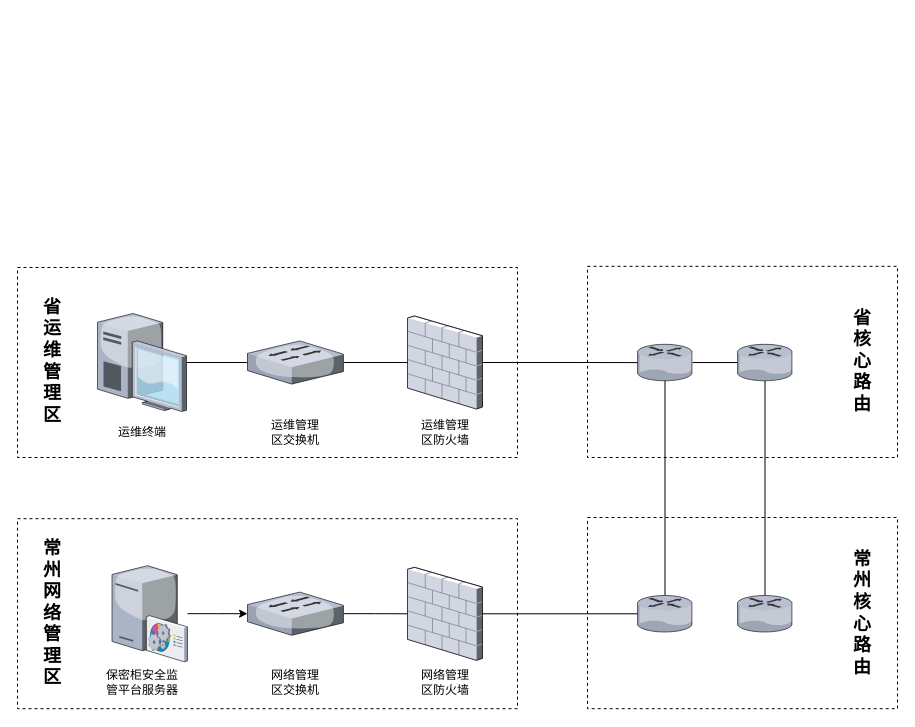
This is 南京项目网络拓扑图.drawio from captain188/draw.io, a draw.io file, before an edit. Source tidied: cells renumbered, new cells numbered last; positions are measured from the earlier drawing's top-left corner, leaving out a move shared by most shapes. Both pictures are drawn from the tidied source at 100%, with x=0, y=0 at pixel (17, 266). Pictures stored in the file or linked from it are replaced by grey dashed boxes.
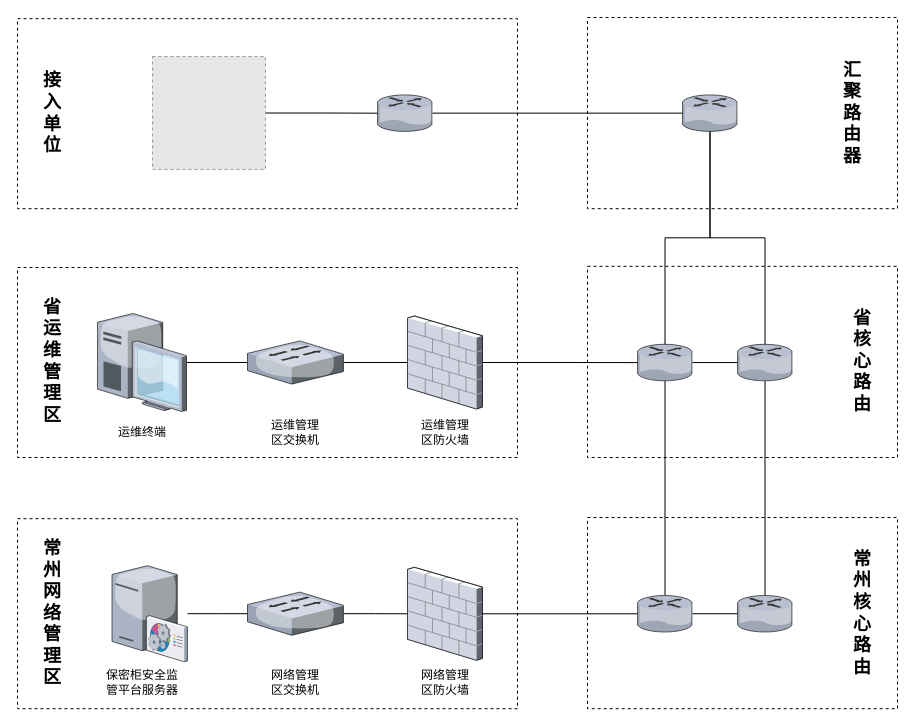
Above is the later version.

Commit message:
更新南京项目网络拓扑图.drawio

The change refers to these unchanged cells:
```xml
<mxCell id="8" style="verticalLabelPosition=bottom;sketch=0;html=1;verticalAlign=top;strokeColor=none;align=center;outlineConnect=0;shape=mxgraph.citrix.router;" parent="1" vertex="1">
  <mxGeometry x="620" y="77.8" width="55" height="36.5" as="geometry" />
</mxCell>
<mxCell id="12" style="verticalLabelPosition=bottom;sketch=0;html=1;verticalAlign=top;strokeColor=none;align=center;outlineConnect=0;shape=mxgraph.citrix.router;" parent="1" vertex="1">
  <mxGeometry x="720" y="77.8" width="55" height="36.5" as="geometry" />
</mxCell>
<mxCell id="13" style="verticalLabelPosition=bottom;sketch=0;html=1;verticalAlign=top;strokeColor=none;align=center;outlineConnect=0;shape=mxgraph.citrix.router;" parent="1" vertex="1">
  <mxGeometry x="620" y="329" width="55" height="36.5" as="geometry" />
</mxCell>
<mxCell id="14" style="verticalLabelPosition=bottom;sketch=0;html=1;verticalAlign=top;strokeColor=none;align=center;outlineConnect=0;shape=mxgraph.citrix.router;" parent="1" vertex="1">
  <mxGeometry x="720" y="329" width="55" height="36.5" as="geometry" />
</mxCell>
<mxCell id="20" style="verticalLabelPosition=bottom;sketch=0;html=1;verticalAlign=top;strokeColor=none;align=center;outlineConnect=0;shape=mxgraph.citrix.switch;" parent="1" vertex="1">
  <mxGeometry x="230" y="325.6" width="95.9" height="43.2" as="geometry" />
</mxCell>
<mxCell id="31" style="verticalLabelPosition=bottom;sketch=0;html=1;verticalAlign=top;strokeColor=none;align=center;outlineConnect=0;shape=mxgraph.citrix.command_center;" parent="1" vertex="1">
  <mxGeometry x="94.5" y="299.2" width="75.5" height="96" as="geometry" />
</mxCell>
```

Diff of the diagram source:
```diff
@@
+    <mxCell id="35" style="edgeStyle=orthogonalEdgeStyle;rounded=0;jettySize=auto;html=1;endArrow=none;endFill=0;" parent="1" edge="1" source="13" target="14">
+      <mxGeometry relative="1" as="geometry" />
+    </mxCell>
@@
-    <mxCell id="30" style="edgeStyle=orthogonalEdgeStyle;rounded=0;jettySize=auto;html=1;" parent="1" edge="1" source="31" target="20">
+    <mxCell id="30" style="edgeStyle=orthogonalEdgeStyle;rounded=0;jettySize=auto;html=1;endArrow=none;endFill=0;" parent="1" edge="1" source="31" target="20">
       <mxGeometry relative="1" as="geometry" />
     </mxCell>
@@
+    <mxCell id="36" style="rounded=0;whiteSpace=wrap;html=1;dashed=1;" parent="1" vertex="1">
+      <mxGeometry x="570" y="-249" width="310" height="191.2" as="geometry" />
+    </mxCell>
+    <mxCell id="37" style="edgeStyle=orthogonalEdgeStyle;rounded=0;jettySize=auto;html=1;endArrow=none;endFill=0;" parent="1" edge="1" source="39" target="8">
+      <mxGeometry relative="1" as="geometry" />
+    </mxCell>
+    <mxCell id="38" style="edgeStyle=orthogonalEdgeStyle;rounded=0;jettySize=auto;html=1;endArrow=none;endFill=0;" parent="1" edge="1" source="39" target="12">
+      <mxGeometry relative="1" as="geometry" />
+    </mxCell>
+    <mxCell id="39" style="verticalLabelPosition=bottom;sketch=0;html=1;verticalAlign=top;strokeColor=none;align=center;outlineConnect=0;shape=mxgraph.citrix.router;" parent="1" vertex="1">
+      <mxGeometry x="665" y="-171.6" width="55" height="36.5" as="geometry" />
+    </mxCell>
+    <mxCell id="40" value="&lt;h2&gt;汇聚路由器&lt;/h2&gt;" style="text;strokeColor=none;align=center;fillColor=none;html=1;verticalAlign=middle;whiteSpace=wrap;rounded=0;flipV=0;" parent="1" vertex="1">
+      <mxGeometry x="820" y="-215.1" width="30" height="123.4" as="geometry" />
+    </mxCell>
+    <mxCell id="41" style="rounded=0;whiteSpace=wrap;html=1;dashed=1;" parent="1" vertex="1">
+      <mxGeometry y="-247.8" width="500" height="190" as="geometry" />
+    </mxCell>
+    <mxCell id="42" value="&lt;h2&gt;接入单位&lt;/h2&gt;" style="text;strokeColor=none;align=center;fillColor=none;html=1;verticalAlign=middle;whiteSpace=wrap;rounded=0;flipV=0;" parent="1" vertex="1">
+      <mxGeometry x="20" y="-214.4" width="30" height="123.4" as="geometry" />
+    </mxCell>
+    <mxCell id="43" style="edgeStyle=orthogonalEdgeStyle;rounded=0;jettySize=auto;html=1;endArrow=none;endFill=0;" parent="1" edge="1" source="44" target="39">
+      <mxGeometry relative="1" as="geometry" />
+    </mxCell>
+    <mxCell id="44" style="verticalLabelPosition=bottom;sketch=0;html=1;verticalAlign=top;strokeColor=none;align=center;outlineConnect=0;shape=mxgraph.citrix.router;" parent="1" vertex="1">
+      <mxGeometry x="360" y="-171.6" width="55" height="36.5" as="geometry" />
+    </mxCell>
+    <mxCell id="45" style="edgeStyle=orthogonalEdgeStyle;rounded=0;jettySize=auto;html=1;endArrow=none;endFill=0;" parent="1" edge="1" source="46" target="44">
+      <mxGeometry relative="1" as="geometry" />
+    </mxCell>
+    <mxCell id="46" style="fillColor=#E6E6E6;strokeColor=#999999;dashed=1;verticalLabelPosition=bottom;verticalAlign=top;" parent="1" vertex="1">
+      <mxGeometry x="135" y="-210" width="113" height="113" as="geometry" />
+    </mxCell>
```
